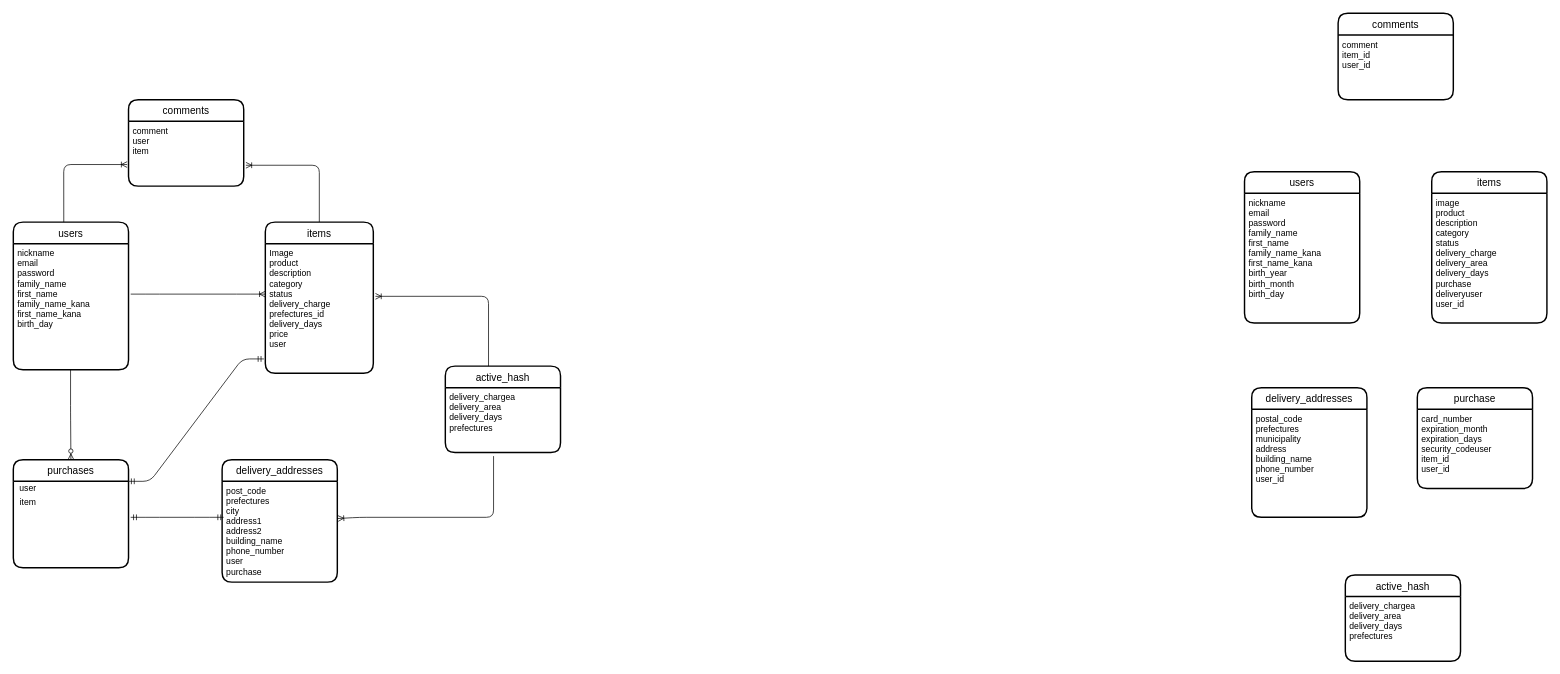
Before: test.dio in muratamasaya/furima-30495, a draw.io diagram. Source tidied: cells renumbered, new cells numbered last; positions are measured from the earlier drawing's top-left corner, leaving out a move shared by most shapes. Both pictures are drawn from the tidied source at 72%, with x=0, y=0 at pixel (13, 13).
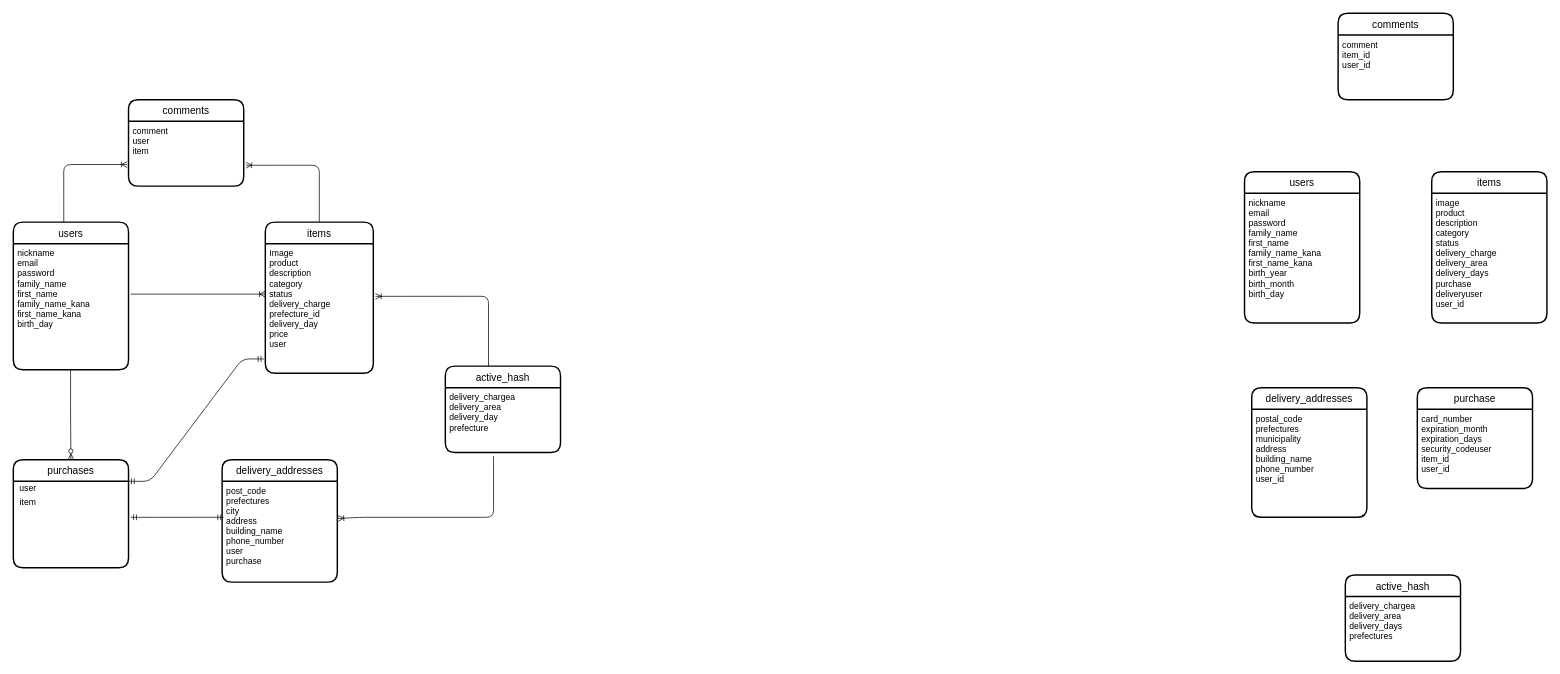
The same page after the edit.

Commit message (it also covers changes not shown here):
README　コードの修正

The change refers to these unchanged cells:
```xml
<mxCell id="22" value="items" style="swimlane;horizontal=1;startSize=30;rounded=1;fontSize=14;fontStyle=0;strokeWidth=2;shadow=0;dashed=0;align=center;" parent="1" vertex="1">
  <mxGeometry x="350" y="290" width="150" height="210" as="geometry" />
</mxCell>
<mxCell id="25" value="delivery_addresses" style="swimlane;horizontal=1;startSize=30;rounded=1;fontSize=14;fontStyle=0;strokeWidth=2;shadow=0;dashed=0;align=center;" parent="1" vertex="1">
  <mxGeometry x="290" y="620" width="160" height="170" as="geometry" />
</mxCell>
<mxCell id="29" value="active_hash" style="swimlane;horizontal=1;startSize=30;rounded=1;fontSize=14;fontStyle=0;strokeWidth=2;shadow=0;dashed=0;align=center;" parent="1" vertex="1">
  <mxGeometry x="600" y="490" width="160" height="120" as="geometry" />
</mxCell>
```

What changed in the source:
```diff
@@
-    <mxCell id="23" value="Image&#10;product&#10;description&#10;category&#10;status&#10;delivery_charge&#10;prefectures_id&#10;delivery_days&#10;price&#10;user" style="align=left;strokeColor=none;fillColor=none;spacingLeft=4;fontSize=12;verticalAlign=top;" parent="22" vertex="1">
+    <mxCell id="23" value="Image&#10;product&#10;description&#10;category&#10;status&#10;delivery_charge&#10;prefecture_id&#10;delivery_day&#10;price&#10;user" style="align=left;strokeColor=none;fillColor=none;spacingLeft=4;fontSize=12;verticalAlign=top;" parent="22" vertex="1">
       <mxGeometry y="30" width="150" height="180" as="geometry" />
     </mxCell>
@@
-    <mxCell id="26" value="post_code&#10;prefectures&#10;city&#10;address1&#10;address2&#10;building_name&#10;phone_number&#10;user&#10;purchase&#10;" style="align=left;strokeColor=none;fillColor=none;spacingLeft=4;fontSize=12;verticalAlign=top;" parent="25" vertex="1">
+    <mxCell id="26" value="post_code&#10;prefectures&#10;city&#10;address&#10;building_name&#10;phone_number&#10;user&#10;purchase&#10;" style="align=left;strokeColor=none;fillColor=none;spacingLeft=4;fontSize=12;verticalAlign=top;" parent="25" vertex="1">
       <mxGeometry y="30" width="160" height="140" as="geometry" />
     </mxCell>
@@
-    <mxCell id="30" value="delivery_chargea&#10;delivery_area&#10;delivery_days&#10;prefectures" style="align=left;strokeColor=none;fillColor=none;spacingLeft=4;fontSize=12;verticalAlign=top;" parent="29" vertex="1">
+    <mxCell id="30" value="delivery_chargea&#10;delivery_area&#10;delivery_day&#10;prefecture" style="align=left;strokeColor=none;fillColor=none;spacingLeft=4;fontSize=12;verticalAlign=top;" parent="29" vertex="1">
       <mxGeometry y="30" width="160" height="90" as="geometry" />
     </mxCell>
```
